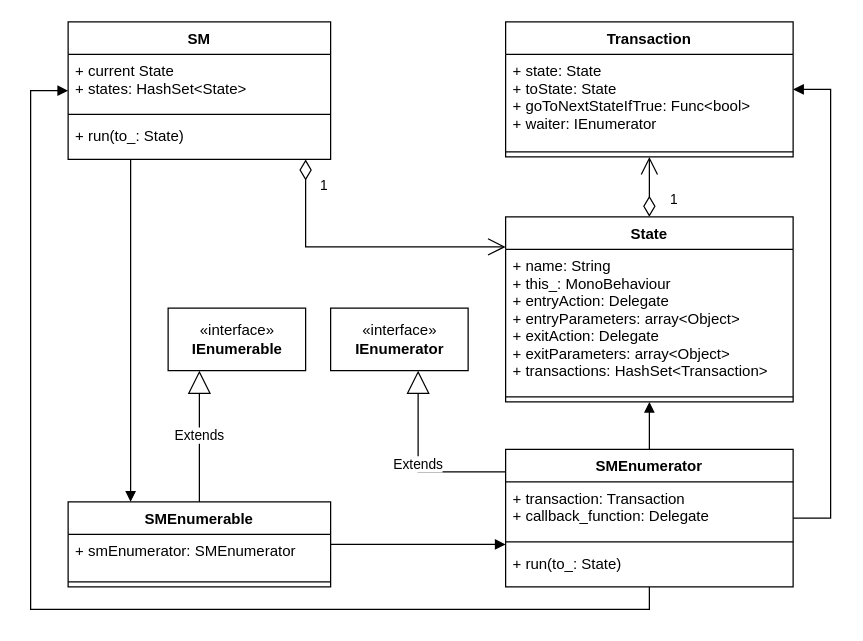
Before: Project/Documentation/Diagrams/fsm.drawio in mikymaione/Folie, a draw.io diagram. Source tidied: cells renumbered, new cells numbered last; positions are measured from the earlier drawing's top-left corner, leaving out a move shared by most shapes. Both pictures are drawn from the tidied source at 125%, with x=0, y=0 at pixel (30, 21).
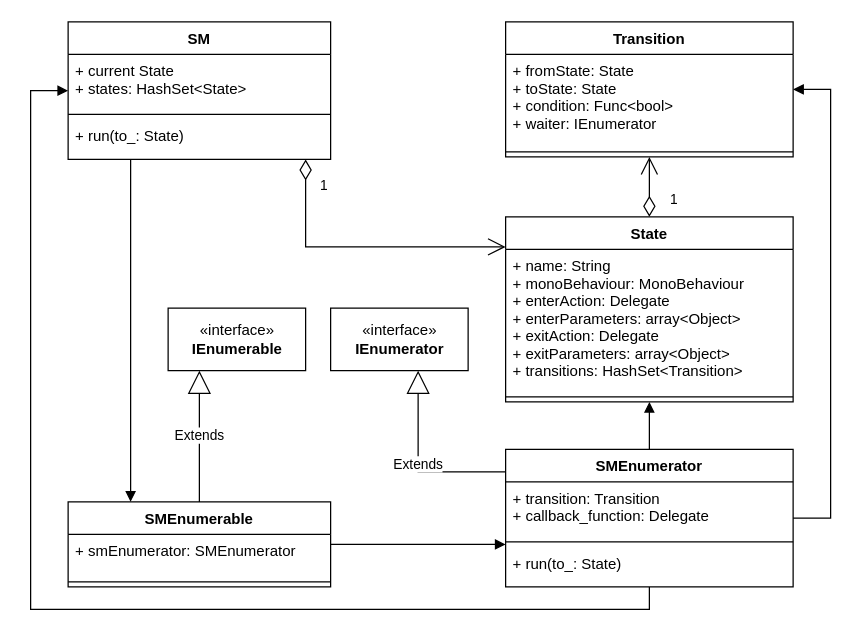
The same diagram, later.

Unchanged cells that the change refers to:
```xml
<mxCell id="9" value="State" style="swimlane;fontStyle=1;align=center;verticalAlign=top;horizontal=1;startSize=26;" parent="1" vertex="1">
  <mxGeometry x="380" y="156" width="230" height="148" as="geometry" />
</mxCell>
<mxCell id="14" value="SMEnumerator" style="swimlane;fontStyle=1;align=center;verticalAlign=top;horizontal=1;startSize=26;" parent="1" vertex="1">
  <mxGeometry x="380" y="342" width="230" height="110" as="geometry" />
</mxCell>
```

The edit, as a diff of the source:
```diff
@@
-    <mxCell id="2" value="Transaction" style="swimlane;fontStyle=1;align=center;verticalAlign=top;horizontal=1;startSize=26;" parent="1" vertex="1">
+    <mxCell id="2" value="Transition" style="swimlane;fontStyle=1;align=center;verticalAlign=top;horizontal=1;startSize=26;" parent="1" vertex="1">
       <mxGeometry x="380" width="230" height="108" as="geometry" />
     </mxCell>
-    <mxCell id="3" value="+ state: State&#10;+ toState: State&#10;+ goToNextStateIfTrue: Func&lt;bool&gt;&#10;+ waiter: IEnumerator" style="text;strokeColor=none;fillColor=none;align=left;verticalAlign=top;spacingLeft=4;spacingRight=4;overflow=hidden;" parent="2" vertex="1">
+    <mxCell id="3" value="+ fromState: State&#10;+ toState: State&#10;+ condition: Func&lt;bool&gt;&#10;+ waiter: IEnumerator" style="text;strokeColor=none;fillColor=none;align=left;verticalAlign=top;spacingLeft=4;spacingRight=4;overflow=hidden;" parent="2" vertex="1">
       <mxGeometry y="26" width="230" height="74" as="geometry" />
     </mxCell>
@@
-    <mxCell id="10" value="+ name: String&#10;+ this_: MonoBehaviour&#10;+ entryAction: Delegate&#10;+ entryParameters: array&lt;Object&gt;&#10;+ exitAction: Delegate&#10;+ exitParameters: array&lt;Object&gt;&#10;+ transactions: HashSet&lt;Transaction&gt;" style="text;strokeColor=none;fillColor=none;align=left;verticalAlign=top;spacingLeft=4;spacingRight=4;overflow=hidden;" parent="9" vertex="1">
+    <mxCell id="10" value="+ name: String&#10;+ monoBehaviour: MonoBehaviour&#10;+ enterAction: Delegate&#10;+ enterParameters: array&lt;Object&gt;&#10;+ exitAction: Delegate&#10;+ exitParameters: array&lt;Object&gt;&#10;+ transitions: HashSet&lt;Transition&gt;" style="text;strokeColor=none;fillColor=none;align=left;verticalAlign=top;spacingLeft=4;spacingRight=4;overflow=hidden;" parent="9" vertex="1">
       <mxGeometry y="26" width="230" height="114" as="geometry" />
     </mxCell>
@@
-    <mxCell id="15" value="+ transaction: Transaction&#10;+ callback_function: Delegate" style="text;strokeColor=none;fillColor=none;align=left;verticalAlign=top;spacingLeft=4;spacingRight=4;overflow=hidden;" parent="14" vertex="1">
+    <mxCell id="15" value="+ transition: Transition&#10;+ callback_function: Delegate" style="text;strokeColor=none;fillColor=none;align=left;verticalAlign=top;spacingLeft=4;spacingRight=4;overflow=hidden;" parent="14" vertex="1">
       <mxGeometry y="26" width="230" height="44" as="geometry" />
     </mxCell>
```
